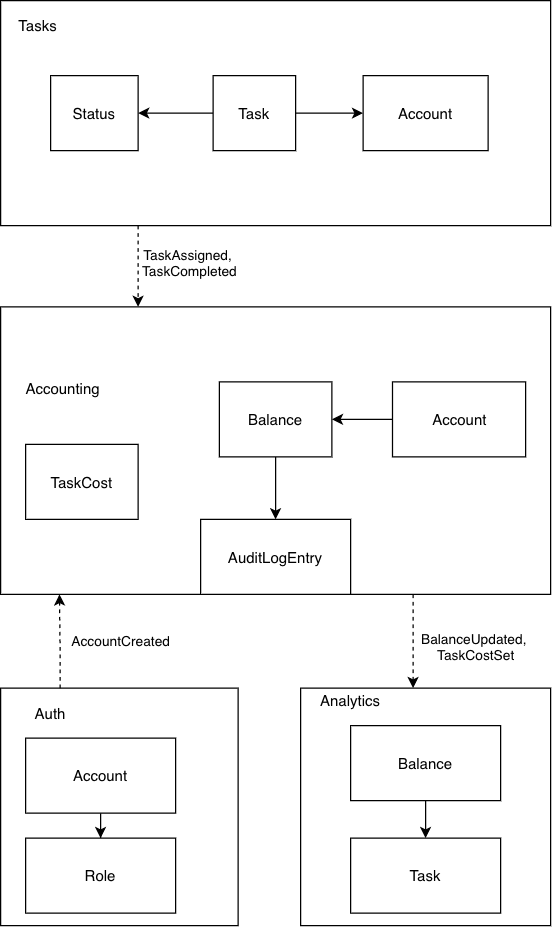
Before: tasks/entities.png, a diagram exported from draw.io (hedgesky/async_architecture_popugi). Source tidied: cells renumbered, new cells last; positions are measured from the earlier drawing's top-left corner, leaving out a move shared by most shapes. The source it was exported from:
```xml
<mxGraphModel>
  <root>
    <mxCell id="0" />
    <mxCell id="1" parent="0" />
    <mxCell id="2" style="rounded=0;whiteSpace=wrap;html=1;" parent="1" vertex="1">
      <mxGeometry x="240" y="550" width="200" height="190" as="geometry" />
    </mxCell>
    <mxCell id="3" value="AccountCreated" style="edgeStyle=orthogonalEdgeStyle;rounded=0;jettySize=auto;html=1;exitX=0.25;exitY=0;exitDx=0;exitDy=0;entryX=0.107;entryY=1;entryDx=0;entryDy=0;entryPerimeter=0;dashed=1;" parent="1" edge="1" source="4" target="6">
      <mxGeometry x="-0.01" y="-47" relative="1" as="geometry">
        <mxPoint x="1" as="offset" />
      </mxGeometry>
    </mxCell>
    <mxCell id="4" style="rounded=0;whiteSpace=wrap;html=1;" parent="1" vertex="1">
      <mxGeometry y="550" width="190" height="190" as="geometry" />
    </mxCell>
    <mxCell id="5" value="BalanceUpdated, &lt;br&gt;TaskCostSet" style="edgeStyle=orthogonalEdgeStyle;rounded=0;jettySize=auto;html=1;exitX=0.75;exitY=1;exitDx=0;exitDy=0;entryX=0.45;entryY=0;entryDx=0;entryDy=0;entryPerimeter=0;dashed=1;" parent="1" edge="1" source="6" target="2">
      <mxGeometry x="0.11" y="50" relative="1" as="geometry" />
    </mxCell>
    <mxCell id="6" style="rounded=0;whiteSpace=wrap;html=1;" parent="1" vertex="1">
      <mxGeometry y="245" width="440" height="230" as="geometry" />
    </mxCell>
    <mxCell id="7" style="edgeStyle=orthogonalEdgeStyle;rounded=0;jettySize=auto;html=1;exitX=0.25;exitY=1;exitDx=0;exitDy=0;entryX=0.25;entryY=0;entryDx=0;entryDy=0;dashed=1;" parent="1" edge="1" source="9" target="6">
      <mxGeometry relative="1" as="geometry" />
    </mxCell>
    <mxCell id="8" value="TaskAssigned, &lt;br&gt;TaskCompleted" style="edgeLabel;html=1;align=center;verticalAlign=middle;" parent="7" vertex="1">
      <mxGeometry x="-0.24" y="2" relative="1" as="geometry">
        <mxPoint x="38" y="4" as="offset" />
      </mxGeometry>
    </mxCell>
    <mxCell id="9" style="rounded=0;whiteSpace=wrap;html=1;" parent="1" vertex="1">
      <mxGeometry width="440" height="180" as="geometry" />
    </mxCell>
    <mxCell id="10" value="Status" style="rounded=0;whiteSpace=wrap;html=1;" parent="1" vertex="1">
      <mxGeometry x="40" y="60" width="70" height="60" as="geometry" />
    </mxCell>
    <mxCell id="11" style="edgeStyle=orthogonalEdgeStyle;rounded=0;jettySize=auto;html=1;" parent="1" edge="1" source="13" target="10">
      <mxGeometry relative="1" as="geometry" />
    </mxCell>
    <mxCell id="12" style="edgeStyle=orthogonalEdgeStyle;rounded=0;jettySize=auto;html=1;" parent="1" edge="1" source="13" target="14">
      <mxGeometry relative="1" as="geometry" />
    </mxCell>
    <mxCell id="13" value="Task" style="rounded=0;whiteSpace=wrap;html=1;" parent="1" vertex="1">
      <mxGeometry x="170" y="60" width="66" height="60" as="geometry" />
    </mxCell>
    <mxCell id="14" value="Account" style="rounded=0;whiteSpace=wrap;html=1;" parent="1" vertex="1">
      <mxGeometry x="290" y="60" width="100" height="60" as="geometry" />
    </mxCell>
    <mxCell id="15" value="Tasks" style="text;html=1;strokeColor=none;fillColor=none;align=center;verticalAlign=middle;whiteSpace=wrap;rounded=0;" parent="1" vertex="1">
      <mxGeometry x="10" y="10" width="40" height="20" as="geometry" />
    </mxCell>
    <mxCell id="16" value="TaskCost" style="rounded=0;whiteSpace=wrap;html=1;" parent="1" vertex="1">
      <mxGeometry x="20" y="355" width="90" height="60" as="geometry" />
    </mxCell>
    <mxCell id="17" style="edgeStyle=orthogonalEdgeStyle;rounded=0;jettySize=auto;html=1;" parent="1" edge="1" source="18" target="21">
      <mxGeometry relative="1" as="geometry" />
    </mxCell>
    <mxCell id="18" value="Balance" style="rounded=0;whiteSpace=wrap;html=1;" parent="1" vertex="1">
      <mxGeometry x="175" y="305" width="90" height="60" as="geometry" />
    </mxCell>
    <mxCell id="19" style="edgeStyle=orthogonalEdgeStyle;rounded=0;jettySize=auto;html=1;" parent="1" edge="1" source="20" target="18">
      <mxGeometry relative="1" as="geometry" />
    </mxCell>
    <mxCell id="20" value="Account" style="rounded=0;whiteSpace=wrap;html=1;" parent="1" vertex="1">
      <mxGeometry x="313.5" y="305" width="106.5" height="60" as="geometry" />
    </mxCell>
    <mxCell id="21" value="AuditLogEntry" style="rounded=0;whiteSpace=wrap;html=1;" parent="1" vertex="1">
      <mxGeometry x="160" y="415" width="120" height="60" as="geometry" />
    </mxCell>
    <mxCell id="22" value="Accounting" style="text;html=1;strokeColor=none;fillColor=none;align=center;verticalAlign=middle;whiteSpace=wrap;rounded=0;" parent="1" vertex="1">
      <mxGeometry x="30" y="300" width="40" height="20" as="geometry" />
    </mxCell>
    <mxCell id="23" style="edgeStyle=orthogonalEdgeStyle;rounded=0;jettySize=auto;html=1;" parent="1" edge="1" source="24" target="25">
      <mxGeometry relative="1" as="geometry" />
    </mxCell>
    <mxCell id="24" value="Account" style="rounded=0;whiteSpace=wrap;html=1;" parent="1" vertex="1">
      <mxGeometry x="20" y="590" width="120" height="60" as="geometry" />
    </mxCell>
    <mxCell id="25" value="Role" style="rounded=0;whiteSpace=wrap;html=1;" parent="1" vertex="1">
      <mxGeometry x="20" y="670" width="120" height="60" as="geometry" />
    </mxCell>
    <mxCell id="26" value="Auth" style="text;html=1;strokeColor=none;fillColor=none;align=center;verticalAlign=middle;whiteSpace=wrap;rounded=0;" parent="1" vertex="1">
      <mxGeometry x="20" y="560" width="40" height="20" as="geometry" />
    </mxCell>
    <mxCell id="27" style="edgeStyle=orthogonalEdgeStyle;rounded=0;jettySize=auto;html=1;" parent="1" edge="1" source="28" target="29">
      <mxGeometry relative="1" as="geometry" />
    </mxCell>
    <mxCell id="28" value="Balance" style="rounded=0;whiteSpace=wrap;html=1;" parent="1" vertex="1">
      <mxGeometry x="280" y="580" width="120" height="60" as="geometry" />
    </mxCell>
    <mxCell id="29" value="Task" style="rounded=0;whiteSpace=wrap;html=1;" parent="1" vertex="1">
      <mxGeometry x="280" y="670" width="120" height="60" as="geometry" />
    </mxCell>
    <mxCell id="30" value="Analytics" style="text;html=1;strokeColor=none;fillColor=none;align=center;verticalAlign=middle;whiteSpace=wrap;rounded=0;" parent="1" vertex="1">
      <mxGeometry x="260" y="550" width="40" height="20" as="geometry" />
    </mxCell>
  </root>
</mxGraphModel>
```
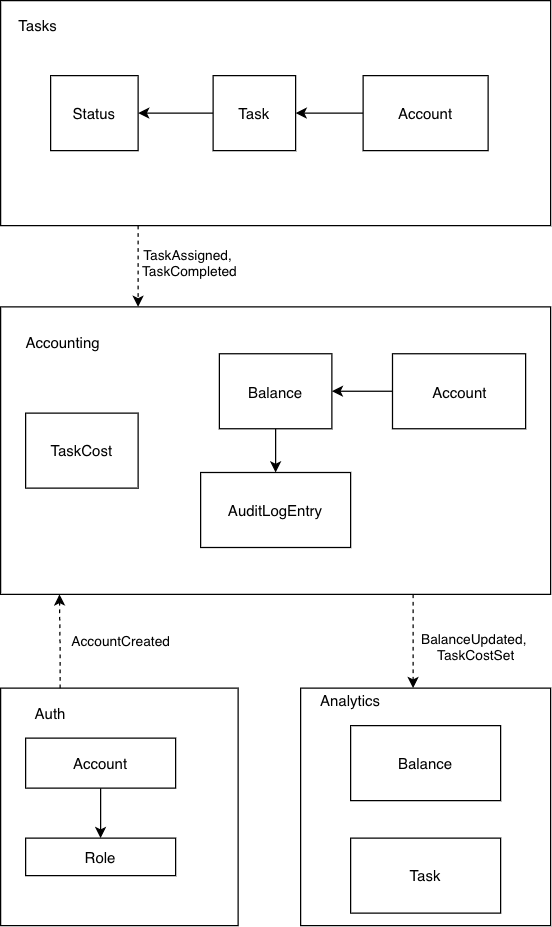
After the change.

Commit message:
little fixes in the domains diagram

Diff of the diagram source:
```diff
@@ -36,12 +36,12 @@
     <mxCell id="11" style="edgeStyle=orthogonalEdgeStyle;rounded=0;jettySize=auto;html=1;" parent="1" edge="1" source="13" target="10">
       <mxGeometry relative="1" as="geometry" />
     </mxCell>
-    <mxCell id="12" style="edgeStyle=orthogonalEdgeStyle;rounded=0;jettySize=auto;html=1;" parent="1" edge="1" source="13" target="14">
-      <mxGeometry relative="1" as="geometry" />
-    </mxCell>
     <mxCell id="13" value="Task" style="rounded=0;whiteSpace=wrap;html=1;" parent="1" vertex="1">
       <mxGeometry x="170" y="60" width="66" height="60" as="geometry" />
     </mxCell>
+    <mxCell id="31" style="edgeStyle=orthogonalEdgeStyle;rounded=0;jettySize=auto;html=1;" parent="1" edge="1" source="14" target="13">
+      <mxGeometry relative="1" as="geometry" />
+    </mxCell>
     <mxCell id="14" value="Account" style="rounded=0;whiteSpace=wrap;html=1;" parent="1" vertex="1">
       <mxGeometry x="290" y="60" width="100" height="60" as="geometry" />
     </mxCell>
@@ -49,41 +49,38 @@
       <mxGeometry x="10" y="10" width="40" height="20" as="geometry" />
     </mxCell>
     <mxCell id="16" value="TaskCost" style="rounded=0;whiteSpace=wrap;html=1;" parent="1" vertex="1">
-      <mxGeometry x="20" y="355" width="90" height="60" as="geometry" />
+      <mxGeometry x="20" y="330" width="90" height="60" as="geometry" />
     </mxCell>
     <mxCell id="17" style="edgeStyle=orthogonalEdgeStyle;rounded=0;jettySize=auto;html=1;" parent="1" edge="1" source="18" target="21">
       <mxGeometry relative="1" as="geometry" />
     </mxCell>
     <mxCell id="18" value="Balance" style="rounded=0;whiteSpace=wrap;html=1;" parent="1" vertex="1">
-      <mxGeometry x="175" y="305" width="90" height="60" as="geometry" />
+      <mxGeometry x="175" y="282.5" width="90" height="60" as="geometry" />
     </mxCell>
     <mxCell id="19" style="edgeStyle=orthogonalEdgeStyle;rounded=0;jettySize=auto;html=1;" parent="1" edge="1" source="20" target="18">
       <mxGeometry relative="1" as="geometry" />
     </mxCell>
     <mxCell id="20" value="Account" style="rounded=0;whiteSpace=wrap;html=1;" parent="1" vertex="1">
-      <mxGeometry x="313.5" y="305" width="106.5" height="60" as="geometry" />
+      <mxGeometry x="313.5" y="282.5" width="106.5" height="60" as="geometry" />
     </mxCell>
     <mxCell id="21" value="AuditLogEntry" style="rounded=0;whiteSpace=wrap;html=1;" parent="1" vertex="1">
-      <mxGeometry x="160" y="415" width="120" height="60" as="geometry" />
+      <mxGeometry x="160" y="377.5" width="120" height="60" as="geometry" />
     </mxCell>
     <mxCell id="22" value="Accounting" style="text;html=1;strokeColor=none;fillColor=none;align=center;verticalAlign=middle;whiteSpace=wrap;rounded=0;" parent="1" vertex="1">
-      <mxGeometry x="30" y="300" width="40" height="20" as="geometry" />
+      <mxGeometry x="30" y="262.5" width="40" height="20" as="geometry" />
     </mxCell>
     <mxCell id="23" style="edgeStyle=orthogonalEdgeStyle;rounded=0;jettySize=auto;html=1;" parent="1" edge="1" source="24" target="25">
       <mxGeometry relative="1" as="geometry" />
     </mxCell>
     <mxCell id="24" value="Account" style="rounded=0;whiteSpace=wrap;html=1;" parent="1" vertex="1">
-      <mxGeometry x="20" y="590" width="120" height="60" as="geometry" />
+      <mxGeometry x="20" y="590" width="120" height="40" as="geometry" />
     </mxCell>
     <mxCell id="25" value="Role" style="rounded=0;whiteSpace=wrap;html=1;" parent="1" vertex="1">
-      <mxGeometry x="20" y="670" width="120" height="60" as="geometry" />
+      <mxGeometry x="20" y="670" width="120" height="30" as="geometry" />
     </mxCell>
     <mxCell id="26" value="Auth" style="text;html=1;strokeColor=none;fillColor=none;align=center;verticalAlign=middle;whiteSpace=wrap;rounded=0;" parent="1" vertex="1">
       <mxGeometry x="20" y="560" width="40" height="20" as="geometry" />
     </mxCell>
-    <mxCell id="27" style="edgeStyle=orthogonalEdgeStyle;rounded=0;jettySize=auto;html=1;" parent="1" edge="1" source="28" target="29">
-      <mxGeometry relative="1" as="geometry" />
-    </mxCell>
     <mxCell id="28" value="Balance" style="rounded=0;whiteSpace=wrap;html=1;" parent="1" vertex="1">
       <mxGeometry x="280" y="580" width="120" height="60" as="geometry" />
     </mxCell>
```
